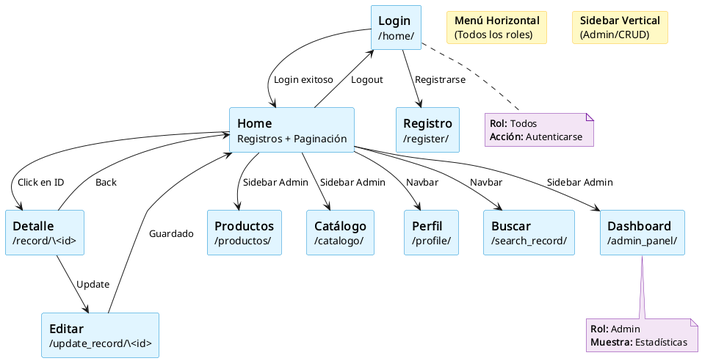
Before: docs/modelos/Mapa de Navegación.png, a diagram exported from PlantUML (josuel-munendez/ProyectoDJviernes).
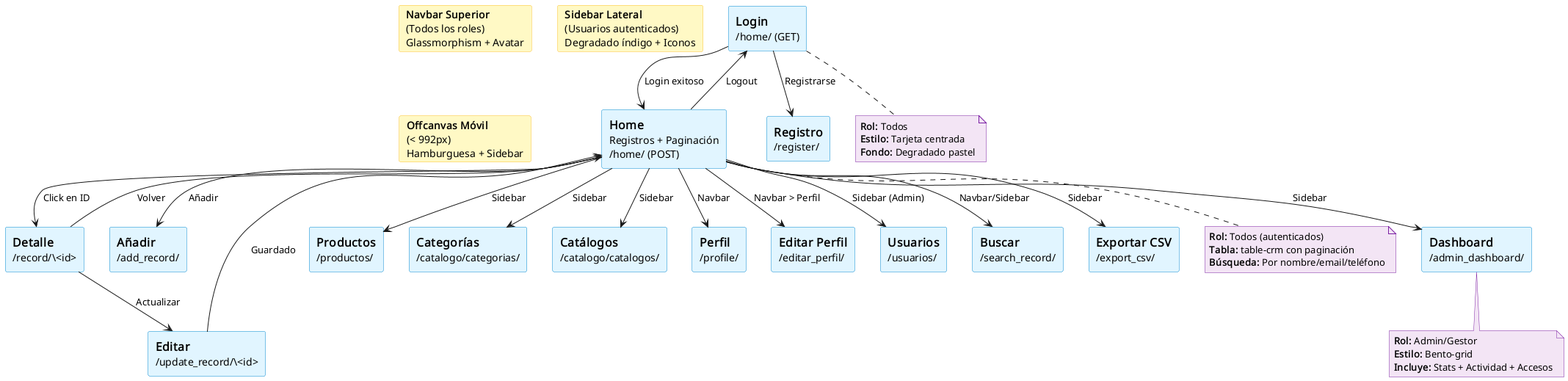
After the commit.

Diff of the diagram source:
```diff
@@ -15,41 +15,60 @@
   BorderColor #7B1FA2
 }
 
-rectangle "<size:16><b>Login</b></size>\n/home/" as login
-rectangle "<size:16><b>Home</b></size>\nRegistros + Paginación" as home
+rectangle "<size:16><b>Login</b></size>\n/home/ (GET)" as login
+rectangle "<size:16><b>Home</b></size>\nRegistros + Paginación\n/home/ (POST)" as home
 rectangle "<size:16><b>Registro</b></size>\n/register/" as register
 rectangle "<size:16><b>Detalle</b></size>\n/record/\\<id>" as detail
 rectangle "<size:16><b>Editar</b></size>\n/update_record/\\<id>" as edit
-rectangle "<size:16><b>Dashboard</b></size>\n/admin_panel/" as dashboard
+rectangle "<size:16><b>Añadir</b></size>\n/add_record/" as add
+rectangle "<size:16><b>Dashboard</b></size>\n/admin_dashboard/" as dashboard
 rectangle "<size:16><b>Productos</b></size>\n/productos/" as productos
-rectangle "<size:16><b>Catálogo</b></size>\n/catalogo/" as catalogo
+rectangle "<size:16><b>Categorías</b></size>\n/catalogo/categorias/" as categorias
+rectangle "<size:16><b>Catálogos</b></size>\n/catalogo/catalogos/" as catalogos
 rectangle "<size:16><b>Perfil</b></size>\n/profile/" as profile
+rectangle "<size:16><b>Editar Perfil</b></size>\n/editar_perfil/" as edit_profile
+rectangle "<size:16><b>Usuarios</b></size>\n/usuarios/" as userlist
 rectangle "<size:16><b>Buscar</b></size>\n/search_record/" as search
+rectangle "<size:16><b>Exportar CSV</b></size>\n/export_csv/" as export
 
-card "<b>Menú Horizontal</b>\n(Todos los roles)" as menu_h
-card "<b>Sidebar Vertical</b>\n(Admin/CRUD)" as menu_v
+card "<b>Navbar Superior</b>\n(Todos los roles)\nGlassmorphism + Avatar" as menu_h
+card "<b>Sidebar Lateral</b>\n(Usuarios autenticados)\nDegradado índigo + Iconos" as menu_v
+card "<b>Offcanvas Móvil</b>\n(< 992px)\nHamburguesa + Sidebar" as menu_m
 
 note bottom of login
   <b>Rol:</b> Todos
-  <b>Acción:</b> Autenticarse
+  <b>Estilo:</b> Tarjeta centrada
+  <b>Fondo:</b> Degradado pastel
 end note
 
 note bottom of dashboard
-  <b>Rol:</b> Admin
-  <b>Muestra:</b> Estadísticas
+  <b>Rol:</b> Admin/Gestor
+  <b>Estilo:</b> Bento-grid
+  <b>Incluye:</b> Stats + Actividad + Accesos
+end note
+
+note bottom of home
+  <b>Rol:</b> Todos (autenticados)
+  <b>Tabla:</b> table-crm con paginación
+  <b>Búsqueda:</b> Por nombre/email/teléfono
 end note
 
 login --> home : Login exitoso
 login --> register : "Registrarse"
 home --> detail : Click en ID
-detail --> edit : "Update"
-detail --> home : "Back"
+detail --> edit : "Actualizar"
+detail --> home : "Volver"
 edit --> home : Guardado
-home --> dashboard : Sidebar Admin
-home --> productos : Sidebar Admin
-home --> catalogo : Sidebar Admin
+home --> add : "Añadir"
+home --> dashboard : Sidebar
+home --> productos : Sidebar
+home --> categorias : Sidebar
+home --> catalogos : Sidebar
 home --> profile : Navbar
-home --> search : Navbar
+home --> edit_profile : Navbar > Perfil
+home --> search : Navbar/Sidebar
+home --> export : Sidebar
+home --> userlist : Sidebar (Admin)
 home --> login : Logout
 
 @enduml
```
